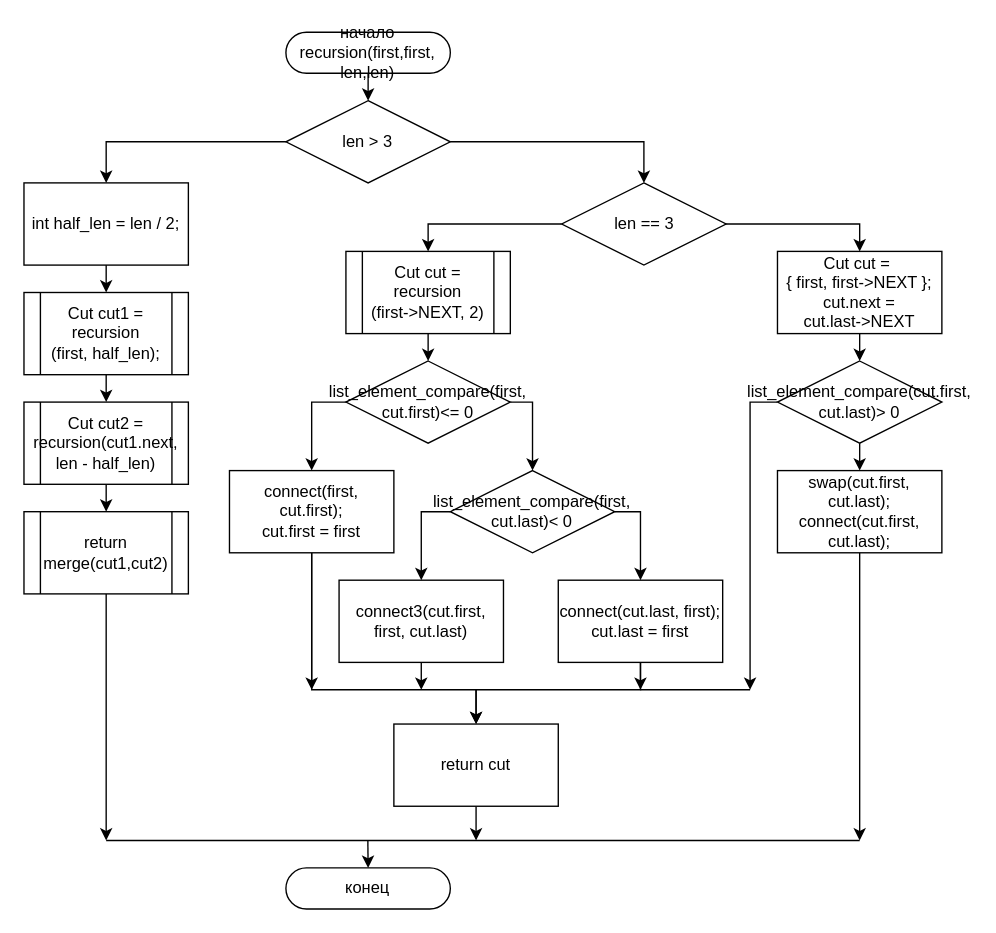
Earlier version of the draw.io diagram ПЗ/Diagrams/recursion.drawio (Killfrra/AnP). Source tidied: cells renumbered, new cells numbered last; positions are measured from the earlier drawing's top-left corner, leaving out a move shared by most shapes. Both pictures are drawn from the tidied source at 137%, with x=0, y=0 at pixel (23, 32).
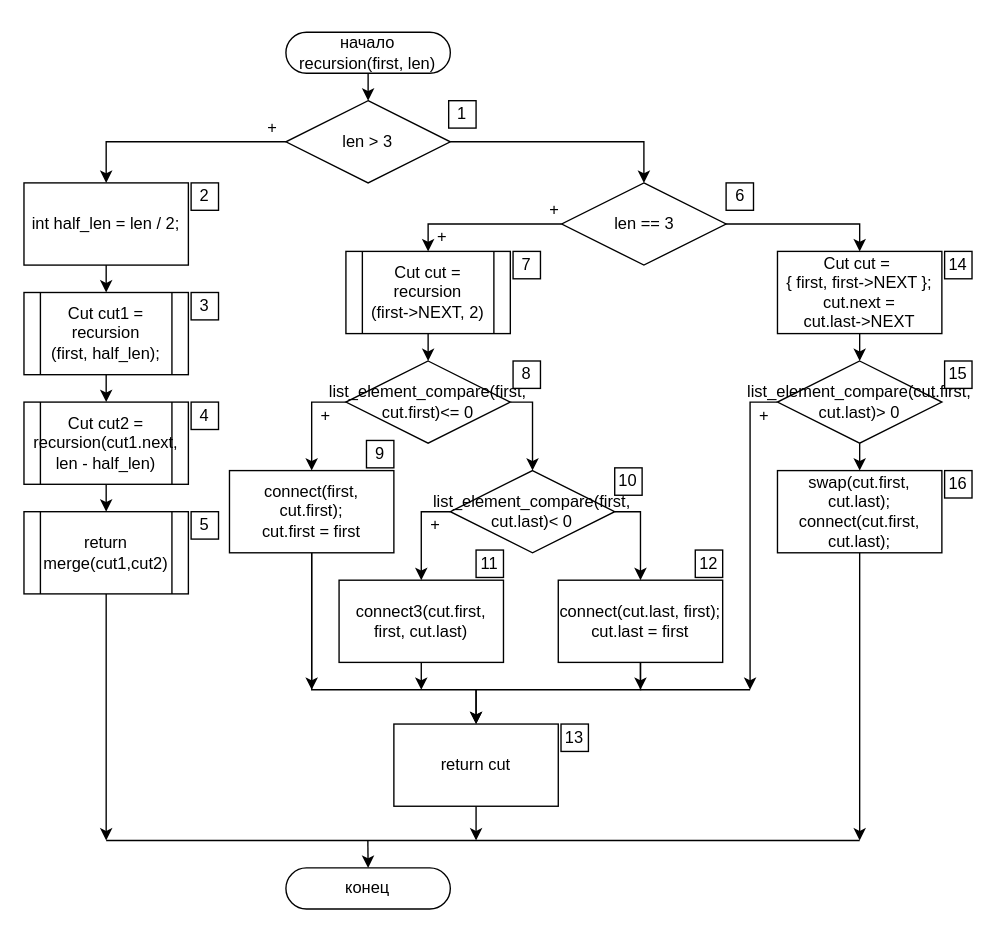
Above is the later version.

The edit, as a diff of the source:
```diff
@@
-    <mxCell id="2" value="начало&lt;br&gt;recursion(first,first, len,len)" style="rounded=1;whiteSpace=wrap;html=1;arcSize=50;" parent="1" vertex="1">
+    <mxCell id="2" value="начало&lt;br&gt;recursion(first, len)" style="rounded=1;whiteSpace=wrap;html=1;arcSize=50;" parent="1" vertex="1">
       <mxGeometry x="191.2" width="120" height="30" as="geometry" />
     </mxCell>
@@
+    <mxCell id="48" value="1" style="whiteSpace=wrap;html=1;" parent="1" vertex="1">
+      <mxGeometry x="310" y="50" width="20" height="20" as="geometry" />
+    </mxCell>
+    <mxCell id="49" value="2" style="whiteSpace=wrap;html=1;" parent="1" vertex="1">
+      <mxGeometry x="122" y="110" width="20" height="20" as="geometry" />
+    </mxCell>
+    <mxCell id="50" value="3" style="whiteSpace=wrap;html=1;" parent="1" vertex="1">
+      <mxGeometry x="122" y="190" width="20" height="20" as="geometry" />
+    </mxCell>
+    <mxCell id="51" value="4" style="whiteSpace=wrap;html=1;" parent="1" vertex="1">
+      <mxGeometry x="122" y="270" width="20" height="20" as="geometry" />
+    </mxCell>
+    <mxCell id="52" value="5" style="whiteSpace=wrap;html=1;" parent="1" vertex="1">
+      <mxGeometry x="122" y="350" width="20" height="20" as="geometry" />
+    </mxCell>
+    <mxCell id="53" value="7" style="whiteSpace=wrap;html=1;" parent="1" vertex="1">
+      <mxGeometry x="357" y="160" width="20" height="20" as="geometry" />
+    </mxCell>
+    <mxCell id="54" value="14" style="whiteSpace=wrap;html=1;" parent="1" vertex="1">
+      <mxGeometry x="672" y="160" width="20" height="20" as="geometry" />
+    </mxCell>
+    <mxCell id="55" value="6" style="whiteSpace=wrap;html=1;" parent="1" vertex="1">
+      <mxGeometry x="512.5" y="110" width="20" height="20" as="geometry" />
+    </mxCell>
+    <mxCell id="56" value="15" style="whiteSpace=wrap;html=1;" parent="1" vertex="1">
+      <mxGeometry x="672" y="240" width="20" height="20" as="geometry" />
+    </mxCell>
+    <mxCell id="57" value="16" style="whiteSpace=wrap;html=1;" parent="1" vertex="1">
+      <mxGeometry x="672" y="320" width="20" height="20" as="geometry" />
+    </mxCell>
+    <mxCell id="58" value="12" style="whiteSpace=wrap;html=1;" parent="1" vertex="1">
+      <mxGeometry x="490" y="378" width="20" height="20" as="geometry" />
+    </mxCell>
+    <mxCell id="59" value="11" style="whiteSpace=wrap;html=1;" parent="1" vertex="1">
+      <mxGeometry x="330" y="378" width="20" height="20" as="geometry" />
+    </mxCell>
+    <mxCell id="60" value="9" style="whiteSpace=wrap;html=1;" parent="1" vertex="1">
+      <mxGeometry x="250" y="298" width="20" height="20" as="geometry" />
+    </mxCell>
+    <mxCell id="61" value="8" style="whiteSpace=wrap;html=1;" parent="1" vertex="1">
+      <mxGeometry x="357" y="240" width="20" height="20" as="geometry" />
+    </mxCell>
+    <mxCell id="62" value="13" style="whiteSpace=wrap;html=1;" parent="1" vertex="1">
+      <mxGeometry x="392" y="505" width="20" height="20" as="geometry" />
+    </mxCell>
+    <mxCell id="63" value="+" style="text;html=1;align=center;verticalAlign=middle;" parent="1" vertex="1">
+      <mxGeometry x="171" y="60" width="20" height="20" as="geometry" />
+    </mxCell>
+    <mxCell id="64" value="+" style="text;html=1;align=center;verticalAlign=middle;" parent="1" vertex="1">
+      <mxGeometry x="377" y="120" width="20" height="20" as="geometry" />
+    </mxCell>
+    <mxCell id="65" value="+" style="text;html=1;align=center;verticalAlign=middle;" parent="1" vertex="1">
+      <mxGeometry x="210" y="270" width="20" height="20" as="geometry" />
+    </mxCell>
+    <mxCell id="66" value="+" style="text;html=1;align=center;verticalAlign=middle;" parent="1" vertex="1">
+      <mxGeometry x="290" y="350" width="20" height="20" as="geometry" />
+    </mxCell>
+    <mxCell id="67" value="+" style="text;html=1;align=center;verticalAlign=middle;" parent="1" vertex="1">
+      <mxGeometry x="530" y="270" width="20" height="20" as="geometry" />
+    </mxCell>
+    <mxCell id="68" value="+" style="text;html=1;align=center;verticalAlign=middle;" parent="1" vertex="1">
+      <mxGeometry x="295" y="140" width="20" height="20" as="geometry" />
+    </mxCell>
+    <mxCell id="69" value="10" style="whiteSpace=wrap;html=1;" parent="1" vertex="1">
+      <mxGeometry x="431.2" y="318" width="20" height="20" as="geometry" />
+    </mxCell>
```
